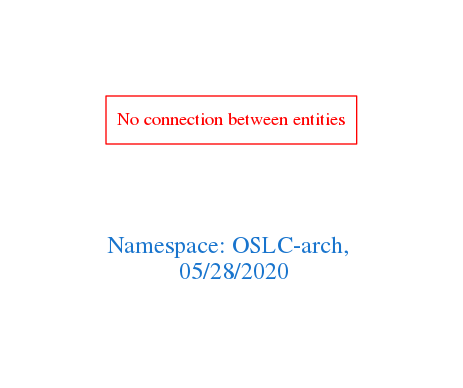
arago/OGIT keeps this Graphviz diagram as downloads/OSLC-arch.png. Above is the earlier version. Its source is kept beside it as downloads/OSLC-arch.dot.
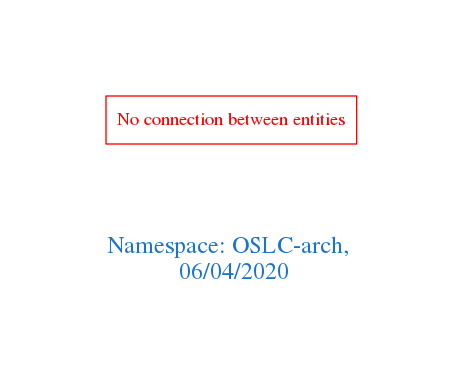
Above is the later version.

Change to the diagram source:
```diff
@@ -1,7 +1,7 @@
 digraph OGIT_ontology {
  graph [ rankdir= LR,pad=1
 fontsize = 18,
-fontcolor= dodgerblue3,label = "\n\n\nNamespace: OSLC-arch, \n 05/28/2020"];
+fontcolor= dodgerblue3,label = "\n\n\nNamespace: OSLC-arch, \n 06/04/2020"];
 node[shape=polygon];
 edge [  color="gray81"];
 
```
